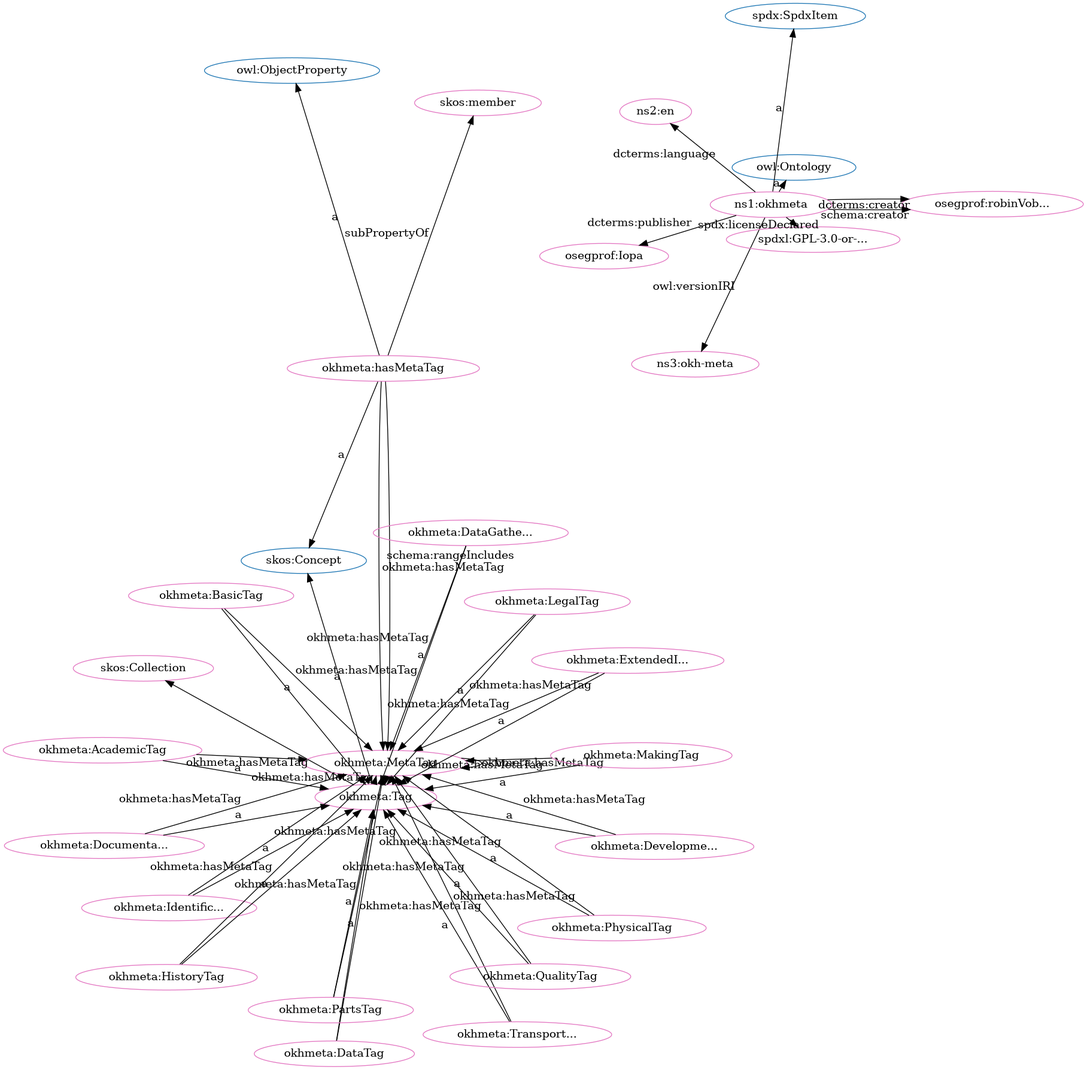
Earlier version of the Graphviz export src/spec/fdp_okh-meta.png (iop-alliance/OpenKnowHow). Its source is kept beside it as src/spec/fdp_okh-meta.dot.
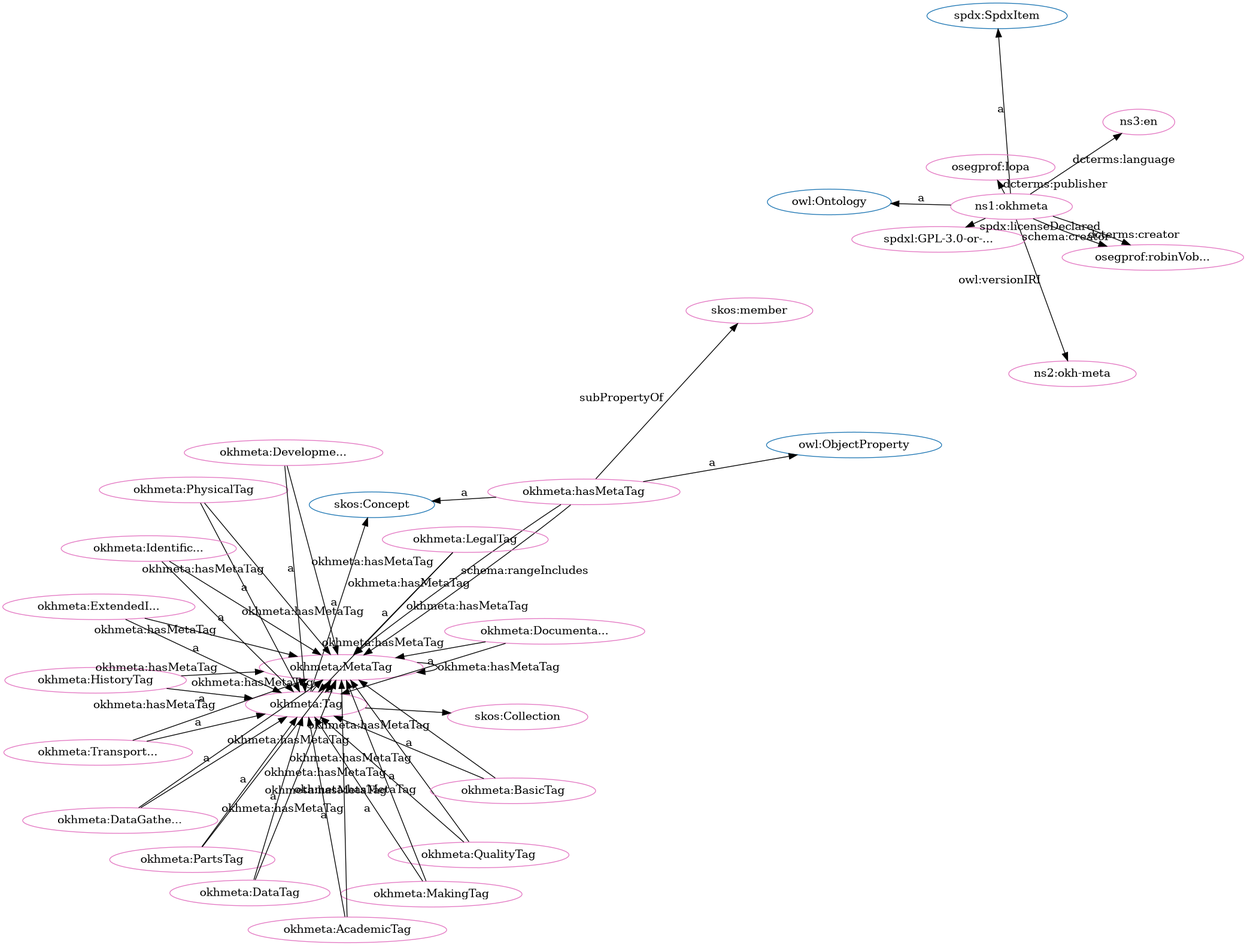
After the commit.

The edit, as a diff of the source:
```diff
@@ -1,85 +1,85 @@
 digraph G {
   rankdir=BT
   node[height=.3]
+"http://www.w3.org/2002/07/owl#Ontology" [fillcolor="#1f77b4" color="#1f77b4" label="owl:Ontology"]
 "http://w3id.org/oseg/ont/okhmeta#Tag" [fillcolor="#1f77b4" color="#1f77b4" label="okhmeta:Tag"]
+"http://www.w3.org/2004/02/skos/core#Concept" [fillcolor="#1f77b4" color="#1f77b4" label="skos:Concept"]
+"http://www.w3.org/2002/07/owl#ObjectProperty" [fillcolor="#1f77b4" color="#1f77b4" label="owl:ObjectProperty"]
+"http://www.w3.org/2004/02/skos/core#Collection" [fillcolor="#1f77b4" color="#1f77b4" label="skos:Collection"]
 "http://spdx.org/rdf/terms#SpdxItem" [fillcolor="#1f77b4" color="#1f77b4" label="spdx:SpdxItem"]
-"http://www.w3.org/2004/02/skos/core#Collection" [fillcolor="#1f77b4" color="#1f77b4" label="skos:Collection"]
 "http://w3id.org/oseg/ont/okhmeta#MetaTag" [fillcolor="#1f77b4" color="#1f77b4" label="okhmeta:MetaTag"]
-"http://www.w3.org/2004/02/skos/core#Concept" [fillcolor="#1f77b4" color="#1f77b4" label="skos:Concept"]
-"http://www.w3.org/2002/07/owl#Ontology" [fillcolor="#1f77b4" color="#1f77b4" label="owl:Ontology"]
-"http://www.w3.org/2002/07/owl#ObjectProperty" [fillcolor="#1f77b4" color="#1f77b4" label="owl:ObjectProperty"]
-"http://w3id.org/oseg/ont/okhmeta#BasicTag" [fillcolor="#e377c2" color="#e377c2" label="okhmeta:BasicTag"]
-"http://w3id.org/oseg/ont/okhmeta#MakingTag" [fillcolor="#e377c2" color="#e377c2" label="okhmeta:MakingTag"]
-"http://w3id.org/oseg/ont/okhmeta#Tag" [fillcolor="#e377c2" color="#e377c2" label="okhmeta:Tag"]
+"http://w3id.org/oseg/ont/okhmeta#MetaTag" [fillcolor="#e377c2" color="#e377c2" label="okhmeta:MetaTag"]
+"http://w3id.org/oseg/ont/okhmeta#PhysicalTag" [fillcolor="#e377c2" color="#e377c2" label="okhmeta:PhysicalTag"]
+"http://w3id.org/oseg/ont/okhmeta#DevelopmentTag" [fillcolor="#e377c2" color="#e377c2" label="okhmeta:Developme..."]
+"http://w3id.org/oseg/ont/okhmeta#QualityTag" [fillcolor="#e377c2" color="#e377c2" label="okhmeta:QualityTag"]
+"http://w3id.org/oseg/ont/okhmeta#IdentificationTag" [fillcolor="#e377c2" color="#e377c2" label="okhmeta:Identific..."]
+"http://w3id.org/oseg/ont/okhmeta" [fillcolor="#e377c2" color="#e377c2" label="ns1:okhmeta"]
+"http://w3id.org/oseg/ont/okhmeta#hasMetaTag" [fillcolor="#e377c2" color="#e377c2" label="okhmeta:hasMetaTag"]
 "http://w3id.org/oseg/ont/oseg-profiles#Iopa" [fillcolor="#e377c2" color="#e377c2" label="osegprof:Iopa"]
-"http://w3id.org/oseg/ont/okhmeta#DataTag" [fillcolor="#e377c2" color="#e377c2" label="okhmeta:DataTag"]
-"http://w3id.org/oseg/ont/okhmeta" [fillcolor="#e377c2" color="#e377c2" label="ns1:okhmeta"]
-"http://w3id.org/oseg/ont/okhmeta#MetaTag" [fillcolor="#e377c2" color="#e377c2" label="okhmeta:MetaTag"]
-"http://w3id.org/oseg/ont/okhmeta#hasMetaTag" [fillcolor="#e377c2" color="#e377c2" label="okhmeta:hasMetaTag"]
-"http://w3id.org/oseg/ont/oseg-profiles#robinVobruba" [fillcolor="#e377c2" color="#e377c2" label="osegprof:robinVob..."]
-"http://w3id.org/oseg/ont/okhmeta#DevelopmentTag" [fillcolor="#e377c2" color="#e377c2" label="okhmeta:Developme..."]
-"http://id.loc.gov/vocabulary/iso639-1/en" [fillcolor="#e377c2" color="#e377c2" label="ns2:en"]
-"http://w3id.org/oseg/ont/1.1.0/okh-meta" [fillcolor="#e377c2" color="#e377c2" label="ns3:okh-meta"]
-"http://spdx.org/licenses/GPL-3.0-or-later" [fillcolor="#e377c2" color="#e377c2" label="spdxl:GPL-3.0-or-..."]
-"http://w3id.org/oseg/ont/okhmeta#TransportationTag" [fillcolor="#e377c2" color="#e377c2" label="okhmeta:Transport..."]
-"http://w3id.org/oseg/ont/okhmeta#IdentificationTag" [fillcolor="#e377c2" color="#e377c2" label="okhmeta:Identific..."]
-"http://w3id.org/oseg/ont/okhmeta#ExtendedInfoTag" [fillcolor="#e377c2" color="#e377c2" label="okhmeta:ExtendedI..."]
-"http://w3id.org/oseg/ont/okhmeta#LegalTag" [fillcolor="#e377c2" color="#e377c2" label="okhmeta:LegalTag"]
 "http://www.w3.org/2004/02/skos/core#Collection" [fillcolor="#e377c2" color="#e377c2" label="skos:Collection"]
-"http://w3id.org/oseg/ont/okhmeta#DataGatheringTag" [fillcolor="#e377c2" color="#e377c2" label="okhmeta:DataGathe..."]
-"http://w3id.org/oseg/ont/okhmeta#PhysicalTag" [fillcolor="#e377c2" color="#e377c2" label="okhmeta:PhysicalTag"]
-"http://w3id.org/oseg/ont/okhmeta#QualityTag" [fillcolor="#e377c2" color="#e377c2" label="okhmeta:QualityTag"]
-"http://www.w3.org/2004/02/skos/core#member" [fillcolor="#e377c2" color="#e377c2" label="skos:member"]
-"http://w3id.org/oseg/ont/okhmeta#AcademicTag" [fillcolor="#e377c2" color="#e377c2" label="okhmeta:AcademicTag"]
 "http://w3id.org/oseg/ont/okhmeta#HistoryTag" [fillcolor="#e377c2" color="#e377c2" label="okhmeta:HistoryTag"]
 "http://w3id.org/oseg/ont/okhmeta#PartsTag" [fillcolor="#e377c2" color="#e377c2" label="okhmeta:PartsTag"]
+"http://w3id.org/oseg/ont/okhmeta#DataTag" [fillcolor="#e377c2" color="#e377c2" label="okhmeta:DataTag"]
+"http://w3id.org/oseg/ont/okhmeta#BasicTag" [fillcolor="#e377c2" color="#e377c2" label="okhmeta:BasicTag"]
+"http://w3id.org/oseg/ont/1.1.0/okh-meta" [fillcolor="#e377c2" color="#e377c2" label="ns2:okh-meta"]
+"http://www.w3.org/2004/02/skos/core#member" [fillcolor="#e377c2" color="#e377c2" label="skos:member"]
+"http://id.loc.gov/vocabulary/iso639-1/en" [fillcolor="#e377c2" color="#e377c2" label="ns3:en"]
+"http://spdx.org/licenses/GPL-3.0-or-later" [fillcolor="#e377c2" color="#e377c2" label="spdxl:GPL-3.0-or-..."]
+"http://w3id.org/oseg/ont/okhmeta#MakingTag" [fillcolor="#e377c2" color="#e377c2" label="okhmeta:MakingTag"]
+"http://w3id.org/oseg/ont/okhmeta#AcademicTag" [fillcolor="#e377c2" color="#e377c2" label="okhmeta:AcademicTag"]
+"http://w3id.org/oseg/ont/okhmeta#Tag" [fillcolor="#e377c2" color="#e377c2" label="okhmeta:Tag"]
+"http://w3id.org/oseg/ont/okhmeta#LegalTag" [fillcolor="#e377c2" color="#e377c2" label="okhmeta:LegalTag"]
+"http://w3id.org/oseg/ont/oseg-profiles#robinVobruba" [fillcolor="#e377c2" color="#e377c2" label="osegprof:robinVob..."]
+"http://w3id.org/oseg/ont/okhmeta#DataGatheringTag" [fillcolor="#e377c2" color="#e377c2" label="okhmeta:DataGathe..."]
+"http://w3id.org/oseg/ont/okhmeta#ExtendedInfoTag" [fillcolor="#e377c2" color="#e377c2" label="okhmeta:ExtendedI..."]
 "http://w3id.org/oseg/ont/okhmeta#DocumentationTag" [fillcolor="#e377c2" color="#e377c2" label="okhmeta:Documenta..."]
+"http://w3id.org/oseg/ont/okhmeta#TransportationTag" [fillcolor="#e377c2" color="#e377c2" label="okhmeta:Transport..."]
+  "http://w3id.org/oseg/ont/okhmeta#PhysicalTag" -> "http://w3id.org/oseg/ont/okhmeta#Tag" [label="a"]
+  "http://w3id.org/oseg/ont/okhmeta#DevelopmentTag" -> "http://w3id.org/oseg/ont/okhmeta#MetaTag" [label="okhmeta:hasMetaTag"]
+  "http://w3id.org/oseg/ont/okhmeta#MetaTag" -> "http://w3id.org/oseg/ont/okhmeta#MetaTag" [label="okhmeta:hasMetaTag"]
+  "http://w3id.org/oseg/ont/okhmeta#hasMetaTag" -> "http://w3id.org/oseg/ont/okhmeta#MetaTag" [label="okhmeta:hasMetaTag"]
+  "http://w3id.org/oseg/ont/okhmeta#IdentificationTag" -> "http://w3id.org/oseg/ont/okhmeta#MetaTag" [label="okhmeta:hasMetaTag"]
+  "http://w3id.org/oseg/ont/okhmeta" -> "http://spdx.org/rdf/terms#SpdxItem" [label="a"]
+  "http://w3id.org/oseg/ont/okhmeta#AcademicTag" -> "http://w3id.org/oseg/ont/okhmeta#MetaTag" [label="okhmeta:hasMetaTag"]
+  "http://w3id.org/oseg/ont/okhmeta#hasMetaTag" -> "http://www.w3.org/2004/02/skos/core#Concept" [label="a"]
+  "http://w3id.org/oseg/ont/okhmeta#Tag" -> "http://www.w3.org/2004/02/skos/core#Collection" [label=""]
+  "http://w3id.org/oseg/ont/okhmeta#TransportationTag" -> "http://w3id.org/oseg/ont/okhmeta#MetaTag" [label="okhmeta:hasMetaTag"]
+  "http://w3id.org/oseg/ont/okhmeta#HistoryTag" -> "http://w3id.org/oseg/ont/okhmeta#Tag" [label="a"]
+  "http://w3id.org/oseg/ont/okhmeta#DataTag" -> "http://w3id.org/oseg/ont/okhmeta#Tag" [label="a"]
+  "http://w3id.org/oseg/ont/okhmeta#ExtendedInfoTag" -> "http://w3id.org/oseg/ont/okhmeta#MetaTag" [label="okhmeta:hasMetaTag"]
+  "http://w3id.org/oseg/ont/okhmeta#Tag" -> "http://w3id.org/oseg/ont/okhmeta#MetaTag" [label="okhmeta:hasMetaTag"]
+  "http://w3id.org/oseg/ont/okhmeta#PhysicalTag" -> "http://w3id.org/oseg/ont/okhmeta#MetaTag" [label="okhmeta:hasMetaTag"]
+  "http://w3id.org/oseg/ont/okhmeta#BasicTag" -> "http://w3id.org/oseg/ont/okhmeta#Tag" [label="a"]
+  "http://w3id.org/oseg/ont/okhmeta#hasMetaTag" -> "http://w3id.org/oseg/ont/okhmeta#MetaTag" [label="schema:rangeIncludes"]
   "http://w3id.org/oseg/ont/okhmeta#MakingTag" -> "http://w3id.org/oseg/ont/okhmeta#Tag" [label="a"]
+  "http://w3id.org/oseg/ont/okhmeta#QualityTag" -> "http://w3id.org/oseg/ont/okhmeta#MetaTag" [label="okhmeta:hasMetaTag"]
+  "http://w3id.org/oseg/ont/okhmeta#AcademicTag" -> "http://w3id.org/oseg/ont/okhmeta#Tag" [label="a"]
+  "http://w3id.org/oseg/ont/okhmeta#Tag" -> "http://www.w3.org/2004/02/skos/core#Concept" [label="a"]
+  "http://w3id.org/oseg/ont/okhmeta" -> "http://w3id.org/oseg/ont/oseg-profiles#robinVobruba" [label="dcterms:creator"]
+  "http://w3id.org/oseg/ont/okhmeta#DataGatheringTag" -> "http://w3id.org/oseg/ont/okhmeta#Tag" [label="a"]
+  "http://w3id.org/oseg/ont/okhmeta#hasMetaTag" -> "http://www.w3.org/2002/07/owl#ObjectProperty" [label="a"]
+  "http://w3id.org/oseg/ont/okhmeta#DocumentationTag" -> "http://w3id.org/oseg/ont/okhmeta#Tag" [label="a"]
+  "http://w3id.org/oseg/ont/okhmeta#BasicTag" -> "http://w3id.org/oseg/ont/okhmeta#MetaTag" [label="okhmeta:hasMetaTag"]
+  "http://w3id.org/oseg/ont/okhmeta#DevelopmentTag" -> "http://w3id.org/oseg/ont/okhmeta#Tag" [label="a"]
+  "http://w3id.org/oseg/ont/okhmeta#MetaTag" -> "http://w3id.org/oseg/ont/okhmeta#Tag" [label="a"]
+  "http://w3id.org/oseg/ont/okhmeta#QualityTag" -> "http://w3id.org/oseg/ont/okhmeta#Tag" [label="a"]
+  "http://w3id.org/oseg/ont/okhmeta#IdentificationTag" -> "http://w3id.org/oseg/ont/okhmeta#Tag" [label="a"]
+  "http://w3id.org/oseg/ont/okhmeta#DataGatheringTag" -> "http://w3id.org/oseg/ont/okhmeta#MetaTag" [label="okhmeta:hasMetaTag"]
+  "http://w3id.org/oseg/ont/okhmeta#LegalTag" -> "http://w3id.org/oseg/ont/okhmeta#MetaTag" [label="okhmeta:hasMetaTag"]
+  "http://w3id.org/oseg/ont/okhmeta#DocumentationTag" -> "http://w3id.org/oseg/ont/okhmeta#MetaTag" [label="okhmeta:hasMetaTag"]
+  "http://w3id.org/oseg/ont/okhmeta" -> "http://w3id.org/oseg/ont/oseg-profiles#Iopa" [label="dcterms:publisher"]
+  "http://w3id.org/oseg/ont/okhmeta#PartsTag" -> "http://w3id.org/oseg/ont/okhmeta#Tag" [label="a"]
+  "http://w3id.org/oseg/ont/okhmeta#HistoryTag" -> "http://w3id.org/oseg/ont/okhmeta#MetaTag" [label="okhmeta:hasMetaTag"]
+  "http://w3id.org/oseg/ont/okhmeta#DataTag" -> "http://w3id.org/oseg/ont/okhmeta#MetaTag" [label="okhmeta:hasMetaTag"]
+  "http://w3id.org/oseg/ont/okhmeta" -> "http://w3id.org/oseg/ont/1.1.0/okh-meta" [label="owl:versionIRI"]
+  "http://w3id.org/oseg/ont/okhmeta#hasMetaTag" -> "http://www.w3.org/2004/02/skos/core#member" [label="subPropertyOf"]
+  "http://w3id.org/oseg/ont/okhmeta" -> "http://id.loc.gov/vocabulary/iso639-1/en" [label="dcterms:language"]
+  "http://w3id.org/oseg/ont/okhmeta" -> "http://spdx.org/licenses/GPL-3.0-or-later" [label="spdx:licenseDeclared"]
   "http://w3id.org/oseg/ont/okhmeta#MakingTag" -> "http://w3id.org/oseg/ont/okhmeta#MetaTag" [label="okhmeta:hasMetaTag"]
-  "http://w3id.org/oseg/ont/okhmeta" -> "http://w3id.org/oseg/ont/oseg-profiles#Iopa" [label="dcterms:publisher"]
-  "http://w3id.org/oseg/ont/okhmeta#DataTag" -> "http://w3id.org/oseg/ont/okhmeta#Tag" [label="a"]
-  "http://w3id.org/oseg/ont/okhmeta" -> "http://w3id.org/oseg/ont/oseg-profiles#robinVobruba" [label="dcterms:creator"]
-  "http://w3id.org/oseg/ont/okhmeta#hasMetaTag" -> "http://w3id.org/oseg/ont/okhmeta#MetaTag" [label="schema:rangeIncludes"]
-  "http://w3id.org/oseg/ont/okhmeta" -> "http://id.loc.gov/vocabulary/iso639-1/en" [label="dcterms:language"]
+  "http://w3id.org/oseg/ont/okhmeta#LegalTag" -> "http://w3id.org/oseg/ont/okhmeta#Tag" [label="a"]
+  "http://w3id.org/oseg/ont/okhmeta#TransportationTag" -> "http://w3id.org/oseg/ont/okhmeta#Tag" [label="a"]
   "http://w3id.org/oseg/ont/okhmeta#PartsTag" -> "http://w3id.org/oseg/ont/okhmeta#MetaTag" [label="okhmeta:hasMetaTag"]
-  "http://w3id.org/oseg/ont/okhmeta#DocumentationTag" -> "http://w3id.org/oseg/ont/okhmeta#MetaTag" [label="okhmeta:hasMetaTag"]
-  "http://w3id.org/oseg/ont/okhmeta#MetaTag" -> "http://w3id.org/oseg/ont/okhmeta#MetaTag" [label="okhmeta:hasMetaTag"]
-  "http://w3id.org/oseg/ont/okhmeta#TransportationTag" -> "http://w3id.org/oseg/ont/okhmeta#Tag" [label="a"]
-  "http://w3id.org/oseg/ont/okhmeta#IdentificationTag" -> "http://w3id.org/oseg/ont/okhmeta#Tag" [label="a"]
-  "http://w3id.org/oseg/ont/okhmeta#DataTag" -> "http://w3id.org/oseg/ont/okhmeta#MetaTag" [label="okhmeta:hasMetaTag"]
+  "http://w3id.org/oseg/ont/okhmeta" -> "http://w3id.org/oseg/ont/oseg-profiles#robinVobruba" [label="schema:creator"]
   "http://w3id.org/oseg/ont/okhmeta#ExtendedInfoTag" -> "http://w3id.org/oseg/ont/okhmeta#Tag" [label="a"]
-  "http://w3id.org/oseg/ont/okhmeta#LegalTag" -> "http://w3id.org/oseg/ont/okhmeta#Tag" [label="a"]
-  "http://w3id.org/oseg/ont/okhmeta#DataGatheringTag" -> "http://w3id.org/oseg/ont/okhmeta#Tag" [label="a"]
-  "http://w3id.org/oseg/ont/okhmeta#PhysicalTag" -> "http://w3id.org/oseg/ont/okhmeta#Tag" [label="a"]
-  "http://w3id.org/oseg/ont/okhmeta#QualityTag" -> "http://w3id.org/oseg/ont/okhmeta#Tag" [label="a"]
-  "http://w3id.org/oseg/ont/okhmeta#DevelopmentTag" -> "http://w3id.org/oseg/ont/okhmeta#MetaTag" [label="okhmeta:hasMetaTag"]
-  "http://w3id.org/oseg/ont/okhmeta#AcademicTag" -> "http://w3id.org/oseg/ont/okhmeta#Tag" [label="a"]
-  "http://w3id.org/oseg/ont/okhmeta#HistoryTag" -> "http://w3id.org/oseg/ont/okhmeta#Tag" [label="a"]
-  "http://w3id.org/oseg/ont/okhmeta#BasicTag" -> "http://w3id.org/oseg/ont/okhmeta#MetaTag" [label="okhmeta:hasMetaTag"]
   "http://w3id.org/oseg/ont/okhmeta" -> "http://www.w3.org/2002/07/owl#Ontology" [label="a"]
-  "http://w3id.org/oseg/ont/okhmeta#BasicTag" -> "http://w3id.org/oseg/ont/okhmeta#Tag" [label="a"]
-  "http://w3id.org/oseg/ont/okhmeta#Tag" -> "http://www.w3.org/2004/02/skos/core#Concept" [label="a"]
-  "http://w3id.org/oseg/ont/okhmeta" -> "http://spdx.org/rdf/terms#SpdxItem" [label="a"]
-  "http://w3id.org/oseg/ont/okhmeta#ExtendedInfoTag" -> "http://w3id.org/oseg/ont/okhmeta#MetaTag" [label="okhmeta:hasMetaTag"]
-  "http://w3id.org/oseg/ont/okhmeta#LegalTag" -> "http://w3id.org/oseg/ont/okhmeta#MetaTag" [label="okhmeta:hasMetaTag"]
-  "http://w3id.org/oseg/ont/okhmeta#DataGatheringTag" -> "http://w3id.org/oseg/ont/okhmeta#MetaTag" [label="okhmeta:hasMetaTag"]
-  "http://w3id.org/oseg/ont/okhmeta#hasMetaTag" -> "http://www.w3.org/2002/07/owl#ObjectProperty" [label="a"]
-  "http://w3id.org/oseg/ont/okhmeta#DevelopmentTag" -> "http://w3id.org/oseg/ont/okhmeta#Tag" [label="a"]
-  "http://w3id.org/oseg/ont/okhmeta#Tag" -> "http://w3id.org/oseg/ont/okhmeta#MetaTag" [label="okhmeta:hasMetaTag"]
-  "http://w3id.org/oseg/ont/okhmeta#HistoryTag" -> "http://w3id.org/oseg/ont/okhmeta#MetaTag" [label="okhmeta:hasMetaTag"]
-  "http://w3id.org/oseg/ont/okhmeta" -> "http://w3id.org/oseg/ont/1.1.0/okh-meta" [label="owl:versionIRI"]
-  "http://w3id.org/oseg/ont/okhmeta#TransportationTag" -> "http://w3id.org/oseg/ont/okhmeta#MetaTag" [label="okhmeta:hasMetaTag"]
-  "http://w3id.org/oseg/ont/okhmeta#MetaTag" -> "http://w3id.org/oseg/ont/okhmeta#Tag" [label="a"]
-  "http://w3id.org/oseg/ont/okhmeta" -> "http://spdx.org/licenses/GPL-3.0-or-later" [label="spdx:licenseDeclared"]
-  "http://w3id.org/oseg/ont/okhmeta#PhysicalTag" -> "http://w3id.org/oseg/ont/okhmeta#MetaTag" [label="okhmeta:hasMetaTag"]
-  "http://w3id.org/oseg/ont/okhmeta#QualityTag" -> "http://w3id.org/oseg/ont/okhmeta#MetaTag" [label="okhmeta:hasMetaTag"]
-  "http://w3id.org/oseg/ont/okhmeta#Tag" -> "http://www.w3.org/2004/02/skos/core#Collection" [label=""]
-  "http://w3id.org/oseg/ont/okhmeta#hasMetaTag" -> "http://www.w3.org/2004/02/skos/core#Concept" [label="a"]
-  "http://w3id.org/oseg/ont/okhmeta#IdentificationTag" -> "http://w3id.org/oseg/ont/okhmeta#MetaTag" [label="okhmeta:hasMetaTag"]
-  "http://w3id.org/oseg/ont/okhmeta" -> "http://w3id.org/oseg/ont/oseg-profiles#robinVobruba" [label="schema:creator"]
-  "http://w3id.org/oseg/ont/okhmeta#hasMetaTag" -> "http://www.w3.org/2004/02/skos/core#member" [label="subPropertyOf"]
-  "http://w3id.org/oseg/ont/okhmeta#AcademicTag" -> "http://w3id.org/oseg/ont/okhmeta#MetaTag" [label="okhmeta:hasMetaTag"]
-  "http://w3id.org/oseg/ont/okhmeta#hasMetaTag" -> "http://w3id.org/oseg/ont/okhmeta#MetaTag" [label="okhmeta:hasMetaTag"]
-  "http://w3id.org/oseg/ont/okhmeta#PartsTag" -> "http://w3id.org/oseg/ont/okhmeta#Tag" [label="a"]
-  "http://w3id.org/oseg/ont/okhmeta#DocumentationTag" -> "http://w3id.org/oseg/ont/okhmeta#Tag" [label="a"]
 }
```
